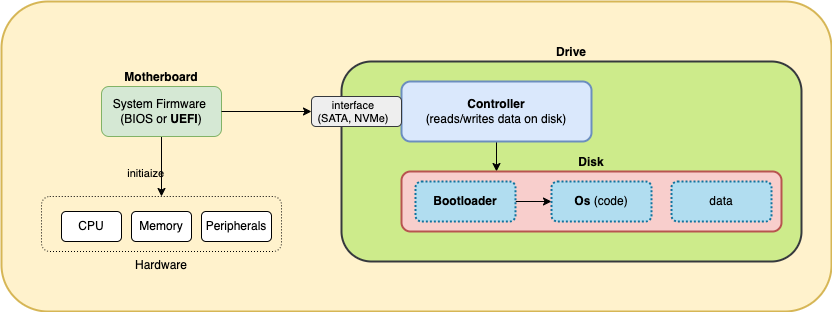
Before: os/storage/img/system_boot.png, a diagram exported from draw.io (dec1/practical_devops). Source tidied: cells renumbered, new cells last; positions are measured from the earlier drawing's top-left corner, leaving out a move shared by most shapes.
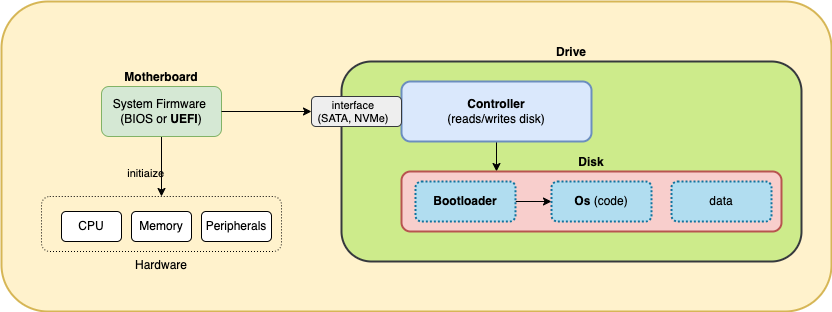
After the change.

The edit, as a diff of the source:
```diff
@@ -11,7 +11,7 @@
     <mxCell id="4" style="edgeStyle=orthogonalEdgeStyle;rounded=0;jettySize=auto;html=1;exitX=0.5;exitY=1;exitDx=0;exitDy=0;entryX=0.25;entryY=0;entryDx=0;entryDy=0;" parent="1" edge="1" source="5" target="6">
       <mxGeometry relative="1" as="geometry" />
     </mxCell>
-    <mxCell id="5" value="&lt;b&gt;Controller&lt;/b&gt;&lt;div&gt;(reads/writes data on disk)&lt;/div&gt;" style="rounded=1;whiteSpace=wrap;html=1;fillColor=#dae8fc;strokeColor=#6c8ebf;strokeWidth=2;" parent="1" vertex="1">
+    <mxCell id="5" value="&lt;b&gt;Controller&lt;/b&gt;&lt;div&gt;(reads/writes disk)&lt;/div&gt;" style="rounded=1;whiteSpace=wrap;html=1;fillColor=#dae8fc;strokeColor=#6c8ebf;strokeWidth=2;" parent="1" vertex="1">
       <mxGeometry x="400" y="80" width="190" height="60" as="geometry" />
     </mxCell>
     <mxCell id="6" value="Disk" style="rounded=1;whiteSpace=wrap;html=1;labelPosition=center;verticalLabelPosition=top;align=center;verticalAlign=bottom;strokeWidth=2;fillColor=#f8cecc;strokeColor=#b85450;fontStyle=1;" parent="1" vertex="1">
```
